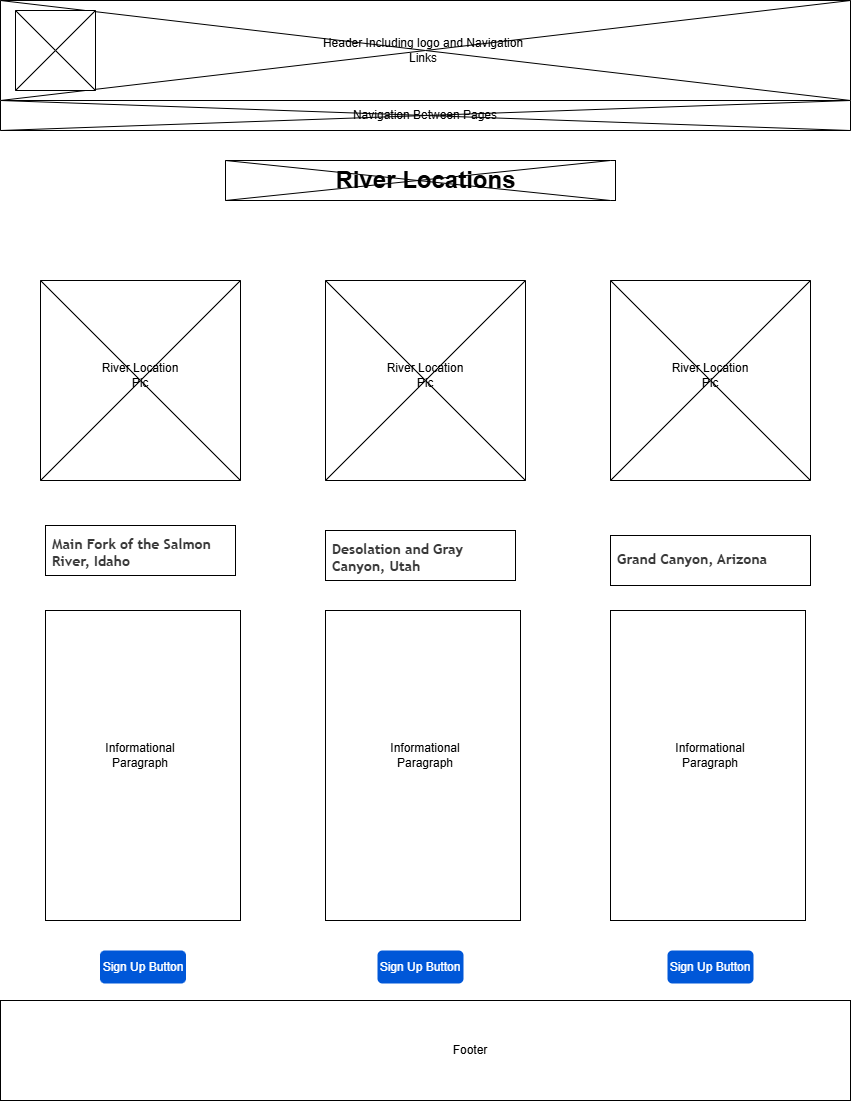
Above: wwr/images/page-2-wireframe.png in C0ding4l1fe/wwd (draw.io), before the change. Source tidied: cells renumbered, new cells last; positions are measured from the earlier drawing's top-left corner, leaving out a move shared by most shapes. The source it was exported from:
```xml
<mxGraphModel>
  <root>
    <mxCell id="0" />
    <mxCell id="1" parent="0" />
    <mxCell id="2" style="rounded=0;whiteSpace=wrap;html=1;" parent="1" vertex="1">
      <mxGeometry y="100" width="850" height="30" as="geometry" />
    </mxCell>
    <mxCell id="3" style="rounded=0;whiteSpace=wrap;html=1;" parent="1" vertex="1">
      <mxGeometry x="610" y="535" width="200" height="50" as="geometry" />
    </mxCell>
    <mxCell id="4" style="rounded=0;whiteSpace=wrap;html=1;" parent="1" vertex="1">
      <mxGeometry x="325" y="530" width="190" height="50" as="geometry" />
    </mxCell>
    <mxCell id="5" style="rounded=0;whiteSpace=wrap;html=1;" parent="1" vertex="1">
      <mxGeometry x="45" y="525" width="190" height="50" as="geometry" />
    </mxCell>
    <mxCell id="6" style="rounded=0;whiteSpace=wrap;html=1;" parent="1" vertex="1">
      <mxGeometry width="850" height="100" as="geometry" />
    </mxCell>
    <mxCell id="7" style="shape=collate;whiteSpace=wrap;html=1;" parent="1" vertex="1">
      <mxGeometry width="850" height="100" as="geometry" />
    </mxCell>
    <mxCell id="8" style="shape=collate;whiteSpace=wrap;html=1;" parent="1" vertex="1">
      <mxGeometry y="100" width="850" height="30" as="geometry" />
    </mxCell>
    <mxCell id="9" value="Header Including logo and Navigation Links" style="text;html=1;align=center;verticalAlign=middle;whiteSpace=wrap;rounded=0;" parent="1" vertex="1">
      <mxGeometry x="317.5" y="35" width="210" height="30" as="geometry" />
    </mxCell>
    <mxCell id="10" value="Navigation Between Pages" style="text;html=1;align=center;verticalAlign=middle;whiteSpace=wrap;rounded=0;" parent="1" vertex="1">
      <mxGeometry x="5" y="95" width="840" height="40" as="geometry" />
    </mxCell>
    <mxCell id="11" style="rounded=0;whiteSpace=wrap;html=1;" parent="1" vertex="1">
      <mxGeometry y="1000" width="850" height="100" as="geometry" />
    </mxCell>
    <mxCell id="12" value="Footer" style="text;html=1;align=center;verticalAlign=middle;whiteSpace=wrap;rounded=0;" parent="1" vertex="1">
      <mxGeometry x="390" y="1020" width="160" height="60" as="geometry" />
    </mxCell>
    <mxCell id="13" style="whiteSpace=wrap;html=1;" parent="1" vertex="1">
      <mxGeometry x="40" y="280" width="200" height="200" as="geometry" />
    </mxCell>
    <mxCell id="14" style="shape=collate;whiteSpace=wrap;html=1;" parent="1" vertex="1">
      <mxGeometry x="40" y="280" width="200" height="200" as="geometry" />
    </mxCell>
    <mxCell id="15" value="River Location Pic" style="text;html=1;align=center;verticalAlign=middle;whiteSpace=wrap;rounded=0;" parent="1" vertex="1">
      <mxGeometry x="95" y="350" width="90" height="50" as="geometry" />
    </mxCell>
    <mxCell id="16" style="rounded=0;whiteSpace=wrap;html=1;" parent="1" vertex="1">
      <mxGeometry x="225" y="160" width="390" height="40" as="geometry" />
    </mxCell>
    <mxCell id="17" style="shape=collate;whiteSpace=wrap;html=1;" parent="1" vertex="1">
      <mxGeometry x="225" y="160" width="385" height="40" as="geometry" />
    </mxCell>
    <mxCell id="18" value="River Locations" style="text;strokeColor=none;fillColor=none;html=1;fontSize=24;fontStyle=1;verticalAlign=middle;align=center;" parent="1" vertex="1">
      <mxGeometry x="380" y="160" width="90" height="40" as="geometry" />
    </mxCell>
    <mxCell id="19" style="whiteSpace=wrap;html=1;" parent="1" vertex="1">
      <mxGeometry x="325" y="280" width="200" height="200" as="geometry" />
    </mxCell>
    <mxCell id="20" style="shape=collate;whiteSpace=wrap;html=1;" parent="1" vertex="1">
      <mxGeometry x="325" y="280" width="200" height="200" as="geometry" />
    </mxCell>
    <mxCell id="21" style="whiteSpace=wrap;html=1;" parent="1" vertex="1">
      <mxGeometry x="610" y="280" width="200" height="200" as="geometry" />
    </mxCell>
    <mxCell id="22" value="River Location Pic" style="text;html=1;align=center;verticalAlign=middle;whiteSpace=wrap;rounded=0;" parent="1" vertex="1">
      <mxGeometry x="380" y="350" width="90" height="50" as="geometry" />
    </mxCell>
    <mxCell id="23" style="shape=collate;whiteSpace=wrap;html=1;" parent="1" vertex="1">
      <mxGeometry x="610" y="280" width="200" height="200" as="geometry" />
    </mxCell>
    <mxCell id="24" value="River Location Pic" style="text;html=1;align=center;verticalAlign=middle;whiteSpace=wrap;rounded=0;" parent="1" vertex="1">
      <mxGeometry x="665" y="350" width="90" height="50" as="geometry" />
    </mxCell>
    <mxCell id="25" value="&lt;h3 style=&quot;color: rgb(56, 56, 56); font-family: &amp;quot;Trebuchet MS&amp;quot;, &amp;quot;Lucida Sans Unicode&amp;quot;, &amp;quot;Lucida Grande&amp;quot;, &amp;quot;Lucida Sans&amp;quot;, Arial, sans-serif; background-color: rgb(255, 255, 255);&quot;&gt;Main Fork of the Salmon River, Idaho&lt;/h3&gt;&lt;div&gt;&lt;br&gt;&lt;/div&gt;" style="text;html=1;whiteSpace=wrap;overflow=hidden;rounded=0;" parent="1" vertex="1">
      <mxGeometry x="50" y="515" width="180" height="60" as="geometry" />
    </mxCell>
    <mxCell id="26" value="&lt;h3 style=&quot;color: rgb(56, 56, 56); font-family: &amp;quot;Trebuchet MS&amp;quot;, &amp;quot;Lucida Sans Unicode&amp;quot;, &amp;quot;Lucida Grande&amp;quot;, &amp;quot;Lucida Sans&amp;quot;, Arial, sans-serif; background-color: rgb(255, 255, 255);&quot;&gt;Desolation and Gray Canyon, Utah&lt;/h3&gt;&lt;div&gt;&lt;br&gt;&lt;/div&gt;" style="text;html=1;whiteSpace=wrap;overflow=hidden;rounded=0;" parent="1" vertex="1">
      <mxGeometry x="330" y="520" width="150" height="60" as="geometry" />
    </mxCell>
    <mxCell id="27" value="&lt;h3 style=&quot;color: rgb(56, 56, 56); font-family: &amp;quot;Trebuchet MS&amp;quot;, &amp;quot;Lucida Sans Unicode&amp;quot;, &amp;quot;Lucida Grande&amp;quot;, &amp;quot;Lucida Sans&amp;quot;, Arial, sans-serif; background-color: rgb(255, 255, 255);&quot;&gt;Grand Canyon, Arizona&lt;/h3&gt;&lt;div&gt;&lt;br&gt;&lt;/div&gt;" style="text;html=1;whiteSpace=wrap;overflow=hidden;rounded=0;" parent="1" vertex="1">
      <mxGeometry x="615" y="530" width="200" height="60" as="geometry" />
    </mxCell>
    <mxCell id="28" style="rounded=0;whiteSpace=wrap;html=1;" parent="1" vertex="1">
      <mxGeometry x="45" y="610" width="195" height="310" as="geometry" />
    </mxCell>
    <mxCell id="29" style="rounded=0;whiteSpace=wrap;html=1;" parent="1" vertex="1">
      <mxGeometry x="325" y="610" width="195" height="310" as="geometry" />
    </mxCell>
    <mxCell id="30" style="rounded=0;whiteSpace=wrap;html=1;" parent="1" vertex="1">
      <mxGeometry x="610" y="610" width="195" height="310" as="geometry" />
    </mxCell>
    <mxCell id="31" value="Sign Up Button" style="rounded=1;fillColor=#0057D8;strokeColor=none;html=1;whiteSpace=wrap;fontColor=#ffffff;align=center;verticalAlign=middle;fontStyle=0;fontSize=12;sketch=0;" parent="1" vertex="1">
      <mxGeometry x="99.5" y="950" width="86" height="33" as="geometry" />
    </mxCell>
    <mxCell id="32" value="Sign Up Button" style="rounded=1;fillColor=#0057D8;strokeColor=none;html=1;whiteSpace=wrap;fontColor=#ffffff;align=center;verticalAlign=middle;fontStyle=0;fontSize=12;sketch=0;" parent="1" vertex="1">
      <mxGeometry x="377" y="950" width="86" height="33" as="geometry" />
    </mxCell>
    <mxCell id="33" value="Sign Up Button" style="rounded=1;fillColor=#0057D8;strokeColor=none;html=1;whiteSpace=wrap;fontColor=#ffffff;align=center;verticalAlign=middle;fontStyle=0;fontSize=12;sketch=0;" parent="1" vertex="1">
      <mxGeometry x="667" y="950" width="86" height="33" as="geometry" />
    </mxCell>
    <mxCell id="34" value="Informational Paragraph&lt;span style=&quot;color: rgba(0, 0, 0, 0); font-family: monospace; font-size: 0px; text-align: start; text-wrap-mode: nowrap;&quot;&gt;%3CmxGraphModel%3E%3Croot%3E%3CmxCell%20id%3D%220%22%2F%3E%3CmxCell%20id%3D%221%22%20parent%3D%220%22%2F%3E%3CmxCell%20id%3D%222%22%20value%3D%22Primary%22%20style%3D%22rounded%3D1%3BfillColor%3D%230057D8%3BstrokeColor%3Dnone%3Bhtml%3D1%3BwhiteSpace%3Dwrap%3BfontColor%3D%23ffffff%3Balign%3Dcenter%3BverticalAlign%3Dmiddle%3BfontStyle%3D0%3BfontSize%3D12%3Bsketch%3D0%3B%22%20vertex%3D%221%22%20parent%3D%221%22%3E%3CmxGeometry%20x%3D%2299.5%22%20y%3D%22950%22%20width%3D%2286%22%20height%3D%2233%22%20as%3D%22geometry%22%2F%3E%3C%2FmxCell%3E%3C%2Froot%3E%3C%2FmxGraphModel%3E&lt;/span&gt;" style="text;html=1;align=center;verticalAlign=middle;whiteSpace=wrap;rounded=0;" parent="1" vertex="1">
      <mxGeometry x="395" y="740" width="60" height="30" as="geometry" />
    </mxCell>
    <mxCell id="35" value="Informational Paragraph&lt;span style=&quot;color: rgba(0, 0, 0, 0); font-family: monospace; font-size: 0px; text-align: start; text-wrap-mode: nowrap;&quot;&gt;%3CmxGraphModel%3E%3Croot%3E%3CmxCell%20id%3D%220%22%2F%3E%3CmxCell%20id%3D%221%22%20parent%3D%220%22%2F%3E%3CmxCell%20id%3D%222%22%20value%3D%22Primary%22%20style%3D%22rounded%3D1%3BfillColor%3D%230057D8%3BstrokeColor%3Dnone%3Bhtml%3D1%3BwhiteSpace%3Dwrap%3BfontColor%3D%23ffffff%3Balign%3Dcenter%3BverticalAlign%3Dmiddle%3BfontStyle%3D0%3BfontSize%3D12%3Bsketch%3D0%3B%22%20vertex%3D%221%22%20parent%3D%221%22%3E%3CmxGeometry%20x%3D%2299.5%22%20y%3D%22950%22%20width%3D%2286%22%20height%3D%2233%22%20as%3D%22geometry%22%2F%3E%3C%2FmxCell%3E%3C%2Froot%3E%3C%2FmxGraphModel%3E&lt;/span&gt;" style="text;html=1;align=center;verticalAlign=middle;whiteSpace=wrap;rounded=0;" parent="1" vertex="1">
      <mxGeometry x="110" y="740" width="60" height="30" as="geometry" />
    </mxCell>
    <mxCell id="36" value="Informational Paragraph&lt;span style=&quot;color: rgba(0, 0, 0, 0); font-family: monospace; font-size: 0px; text-align: start; text-wrap-mode: nowrap;&quot;&gt;%3CmxGraphModel%3E%3Croot%3E%3CmxCell%20id%3D%220%22%2F%3E%3CmxCell%20id%3D%221%22%20parent%3D%220%22%2F%3E%3CmxCell%20id%3D%222%22%20value%3D%22Primary%22%20style%3D%22rounded%3D1%3BfillColor%3D%230057D8%3BstrokeColor%3Dnone%3Bhtml%3D1%3BwhiteSpace%3Dwrap%3BfontColor%3D%23ffffff%3Balign%3Dcenter%3BverticalAlign%3Dmiddle%3BfontStyle%3D0%3BfontSize%3D12%3Bsketch%3D0%3B%22%20vertex%3D%221%22%20parent%3D%221%22%3E%3CmxGeometry%20x%3D%2299.5%22%20y%3D%22950%22%20width%3D%2286%22%20height%3D%2233%22%20as%3D%22geometry%22%2F%3E%3C%2FmxCell%3E%3C%2Froot%3E%3C%2FmxGraphModel%3E&lt;/span&gt;" style="text;html=1;align=center;verticalAlign=middle;whiteSpace=wrap;rounded=0;" parent="1" vertex="1">
      <mxGeometry x="680" y="740" width="60" height="30" as="geometry" />
    </mxCell>
    <mxCell id="37" style="whiteSpace=wrap;html=1;" parent="1" vertex="1">
      <mxGeometry x="15" y="10" width="80" height="80" as="geometry" />
    </mxCell>
    <mxCell id="38" style="shape=collate;whiteSpace=wrap;html=1;" parent="1" vertex="1">
      <mxGeometry x="15" y="10" width="80" height="80" as="geometry" />
    </mxCell>
  </root>
</mxGraphModel>
```
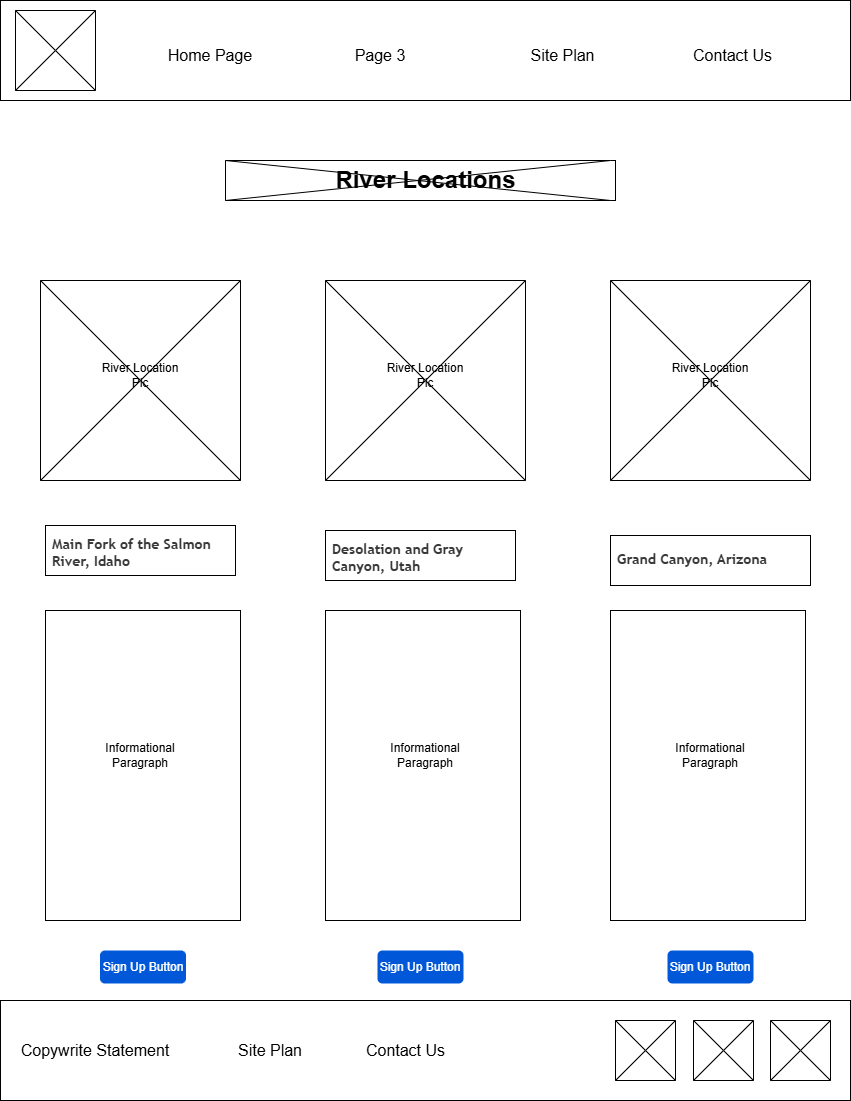
After the change.

Diff of the diagram source:
```diff
@@ -2,9 +2,6 @@
   <root>
     <mxCell id="0" />
     <mxCell id="1" parent="0" />
-    <mxCell id="2" style="rounded=0;whiteSpace=wrap;html=1;" parent="1" vertex="1">
-      <mxGeometry y="100" width="850" height="30" as="geometry" />
-    </mxCell>
     <mxCell id="3" style="rounded=0;whiteSpace=wrap;html=1;" parent="1" vertex="1">
       <mxGeometry x="610" y="535" width="200" height="50" as="geometry" />
     </mxCell>
@@ -17,23 +14,11 @@
     <mxCell id="6" style="rounded=0;whiteSpace=wrap;html=1;" parent="1" vertex="1">
       <mxGeometry width="850" height="100" as="geometry" />
     </mxCell>
-    <mxCell id="7" style="shape=collate;whiteSpace=wrap;html=1;" parent="1" vertex="1">
-      <mxGeometry width="850" height="100" as="geometry" />
-    </mxCell>
-    <mxCell id="8" style="shape=collate;whiteSpace=wrap;html=1;" parent="1" vertex="1">
-      <mxGeometry y="100" width="850" height="30" as="geometry" />
-    </mxCell>
-    <mxCell id="9" value="Header Including logo and Navigation Links" style="text;html=1;align=center;verticalAlign=middle;whiteSpace=wrap;rounded=0;" parent="1" vertex="1">
-      <mxGeometry x="317.5" y="35" width="210" height="30" as="geometry" />
-    </mxCell>
-    <mxCell id="10" value="Navigation Between Pages" style="text;html=1;align=center;verticalAlign=middle;whiteSpace=wrap;rounded=0;" parent="1" vertex="1">
-      <mxGeometry x="5" y="95" width="840" height="40" as="geometry" />
-    </mxCell>
     <mxCell id="11" style="rounded=0;whiteSpace=wrap;html=1;" parent="1" vertex="1">
       <mxGeometry y="1000" width="850" height="100" as="geometry" />
     </mxCell>
-    <mxCell id="12" value="Footer" style="text;html=1;align=center;verticalAlign=middle;whiteSpace=wrap;rounded=0;" parent="1" vertex="1">
-      <mxGeometry x="390" y="1020" width="160" height="60" as="geometry" />
+    <mxCell id="12" value="&lt;font style=&quot;font-size: 16px;&quot;&gt;Copywrite Statement&lt;/font&gt;" style="text;html=1;align=center;verticalAlign=middle;whiteSpace=wrap;rounded=0;" parent="1" vertex="1">
+      <mxGeometry x="15" y="1020" width="160" height="60" as="geometry" />
     </mxCell>
     <mxCell id="13" style="whiteSpace=wrap;html=1;" parent="1" vertex="1">
       <mxGeometry x="40" y="280" width="200" height="200" as="geometry" />
@@ -113,5 +98,41 @@
     <mxCell id="38" style="shape=collate;whiteSpace=wrap;html=1;" parent="1" vertex="1">
       <mxGeometry x="15" y="10" width="80" height="80" as="geometry" />
     </mxCell>
+    <mxCell id="39" value="&lt;font style=&quot;font-size: 16px;&quot;&gt;Site Plan&lt;/font&gt;" style="text;html=1;align=center;verticalAlign=middle;whiteSpace=wrap;rounded=0;" parent="1" vertex="1">
+      <mxGeometry x="525" y="40" width="75" height="30" as="geometry" />
+    </mxCell>
+    <mxCell id="40" value="&lt;font style=&quot;font-size: 16px;&quot;&gt;Contact Us&lt;/font&gt;" style="text;html=1;align=center;verticalAlign=middle;whiteSpace=wrap;rounded=0;" parent="1" vertex="1">
+      <mxGeometry x="690" y="40" width="85" height="30" as="geometry" />
+    </mxCell>
+    <mxCell id="41" value="&lt;font style=&quot;font-size: 16px;&quot;&gt;Page 3&lt;/font&gt;" style="text;html=1;align=center;verticalAlign=middle;whiteSpace=wrap;rounded=0;" parent="1" vertex="1">
+      <mxGeometry x="350" y="40" width="60" height="30" as="geometry" />
+    </mxCell>
+    <mxCell id="42" value="&lt;font style=&quot;font-size: 16px;&quot;&gt;Home Page&lt;/font&gt;" style="text;html=1;align=center;verticalAlign=middle;whiteSpace=wrap;rounded=0;" parent="1" vertex="1">
+      <mxGeometry x="160" y="40" width="100" height="30" as="geometry" />
+    </mxCell>
+    <mxCell id="43" value="&lt;font style=&quot;font-size: 16px;&quot;&gt;Site Plan&lt;/font&gt;" style="text;html=1;align=center;verticalAlign=middle;whiteSpace=wrap;rounded=0;" parent="1" vertex="1">
+      <mxGeometry x="190" y="1020" width="160" height="60" as="geometry" />
+    </mxCell>
+    <mxCell id="44" style="whiteSpace=wrap;html=1;" parent="1" vertex="1">
+      <mxGeometry x="615" y="1020" width="60" height="60" as="geometry" />
+    </mxCell>
+    <mxCell id="45" style="whiteSpace=wrap;html=1;" parent="1" vertex="1">
+      <mxGeometry x="770" y="1020" width="60" height="60" as="geometry" />
+    </mxCell>
+    <mxCell id="46" style="whiteSpace=wrap;html=1;" parent="1" vertex="1">
+      <mxGeometry x="693" y="1020" width="60" height="60" as="geometry" />
+    </mxCell>
+    <mxCell id="47" style="shape=collate;whiteSpace=wrap;html=1;" parent="1" vertex="1">
+      <mxGeometry x="615" y="1020" width="60" height="60" as="geometry" />
+    </mxCell>
+    <mxCell id="48" style="shape=collate;whiteSpace=wrap;html=1;" parent="1" vertex="1">
+      <mxGeometry x="770" y="1020" width="60" height="60" as="geometry" />
+    </mxCell>
+    <mxCell id="49" style="shape=collate;whiteSpace=wrap;html=1;" parent="1" vertex="1">
+      <mxGeometry x="693" y="1020" width="60" height="60" as="geometry" />
+    </mxCell>
+    <mxCell id="50" value="&lt;font style=&quot;font-size: 16px;&quot;&gt;Contact Us&lt;/font&gt;" style="text;html=1;align=center;verticalAlign=middle;whiteSpace=wrap;rounded=0;" parent="1" vertex="1">
+      <mxGeometry x="311.7" y="1035" width="186.7" height="30" as="geometry" />
+    </mxCell>
   </root>
 </mxGraphModel>
```
